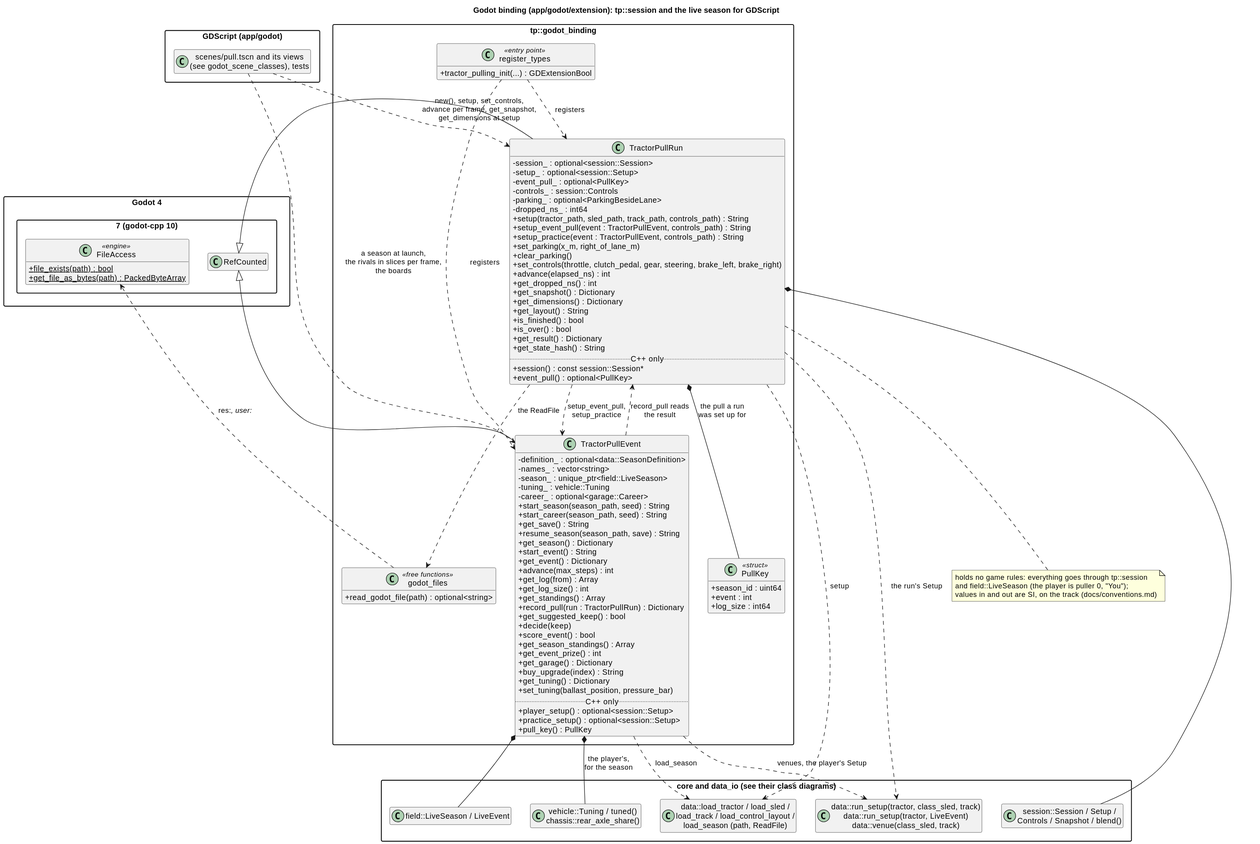
wversteeg/TractorPulling keeps this PlantUML diagram as docs/diagrams/svg/godot_classes.svg. Above is the earlier version.
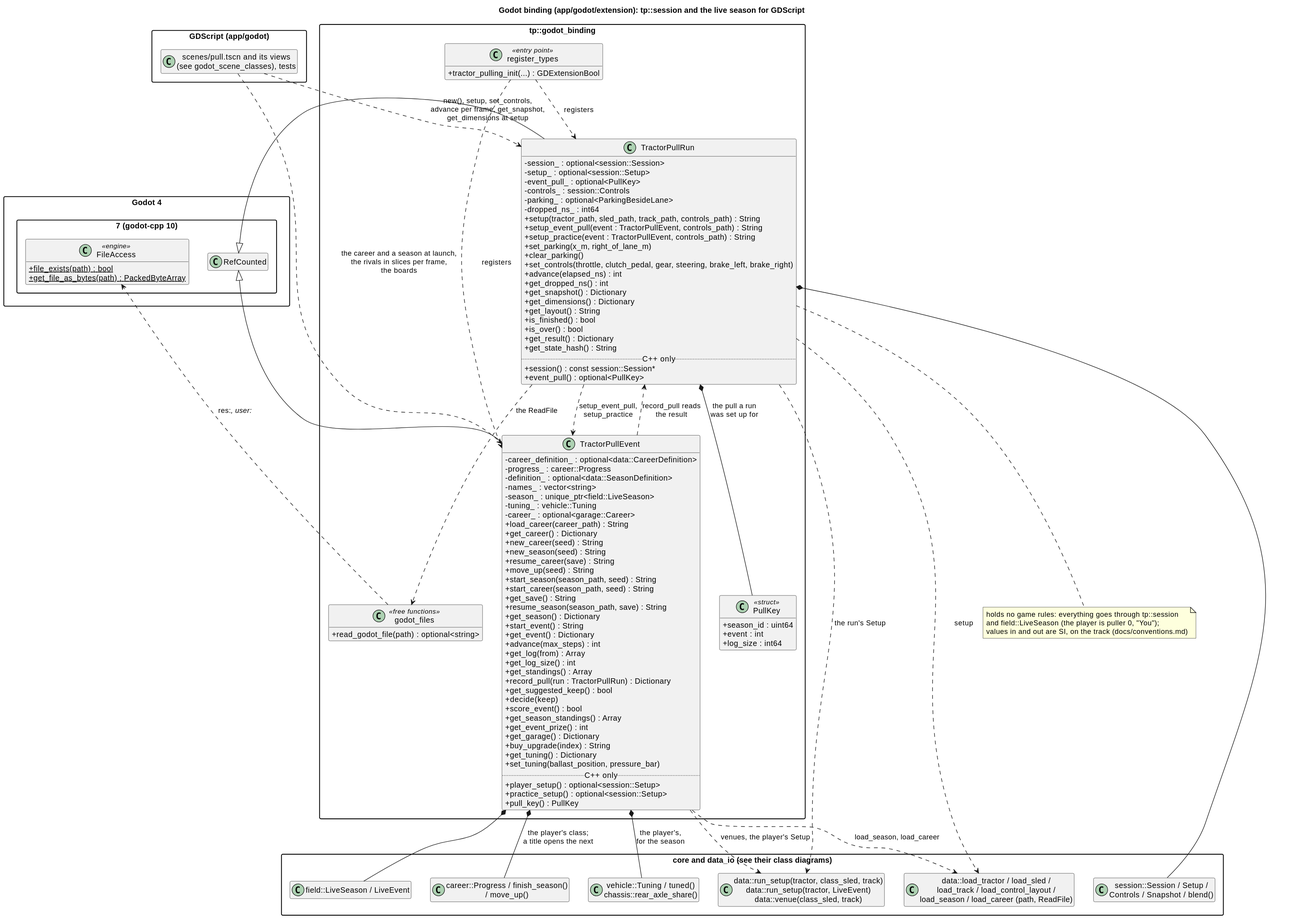
After the change.

The edit, as a diff of the source:
```diff
@@ -40,11 +40,19 @@
     +event_pull() : optional<PullKey>
   }
   class TractorPullEvent {
+    -career_definition_ : optional<data::CareerDefinition>
+    -progress_ : career::Progress
     -definition_ : optional<data::SeasonDefinition>
     -names_ : vector<string>
     -season_ : unique_ptr<field::LiveSeason>
     -tuning_ : vehicle::Tuning
     -career_ : optional<garage::Career>
+    +load_career(career_path) : String
+    +get_career() : Dictionary
+    +new_career(seed) : String
+    +new_season(seed) : String
+    +resume_career(save) : String
+    +move_up(seed) : String
     +start_season(season_path, seed) : String
     +start_career(season_path, seed) : String
     +get_save() : String
@@ -87,9 +95,10 @@
 
 package "core and data_io (see their class diagrams)" {
   class "session::Session / Setup /\nControls / Snapshot / blend()" as Session
-  class "data::load_tractor / load_sled /\nload_track / load_control_layout /\nload_season (path, ReadFile)" as Loaders
+  class "data::load_tractor / load_sled /\nload_track / load_control_layout /\nload_season / load_career (path, ReadFile)" as Loaders
   class "data::run_setup(tractor, class_sled, track)\ndata::run_setup(tractor, LiveEvent)\ndata::venue(class_sled, track)" as RunSetup
   class "field::LiveSeason / LiveEvent" as Live
+  class "career::Progress / finish_season()\n/ move_up()" as Career
   class "vehicle::Tuning / tuned()\nchassis::rear_axle_share()" as Tuning
 }
 
@@ -103,7 +112,8 @@
 Register ..> TractorPullEvent : registers
 TractorPullEvent *-- Live
 TractorPullEvent *-- Tuning : the player's,\nfor the season
-TractorPullEvent ..> Loaders : load_season
+TractorPullEvent ..> Loaders : load_season, load_career
+TractorPullEvent *-- Career : the player's class;\na title opens the next
 TractorPullEvent ..> RunSetup : venues, the player's Setup
 TractorPullRun ..> TractorPullEvent : setup_event_pull,\nsetup_practice
 TractorPullEvent ..> TractorPullRun : record_pull reads\nthe result
@@ -113,7 +123,7 @@
 TractorPullRun ..> Files : the ReadFile
 Files ..> FileAccess : res://, user://
 Scripts ..> TractorPullRun : new(), setup, set_controls,\nadvance per frame, get_snapshot,\nget_dimensions at setup
-Scripts ..> TractorPullEvent : a season at launch,\nthe rivals in slices per frame,\nthe boards
+Scripts ..> TractorPullEvent : the career and a season at launch,\nthe rivals in slices per frame,\nthe boards
 note bottom of TractorPullRun
   holds no game rules: everything goes through tp::session
   and field::LiveSeason (the player is puller 0, "You");
```
